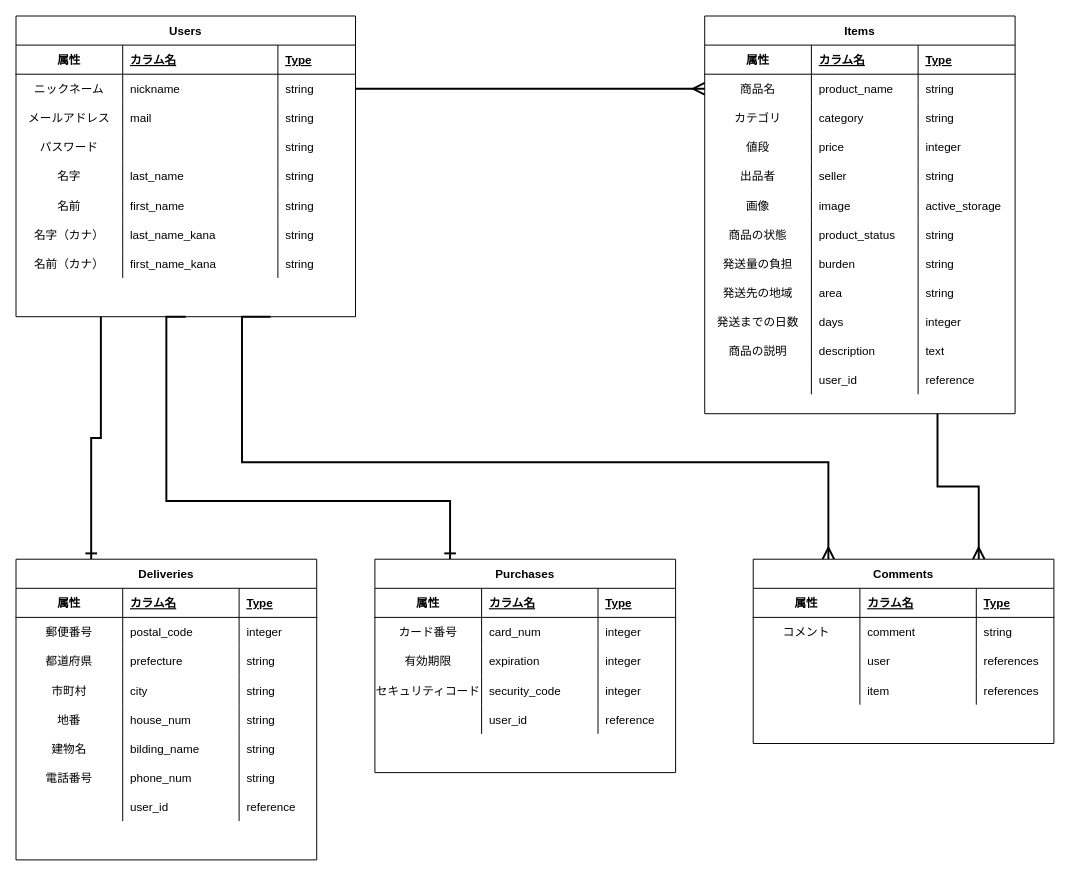
Above: furima.dio in arata-t/furima-33347 (draw.io), before the change. Source tidied: cells renumbered, new cells numbered last; positions are measured from the earlier drawing's top-left corner, leaving out a move shared by most shapes. Both pictures are drawn from the tidied source at 97%, with x=0, y=0 at pixel (16, 16).
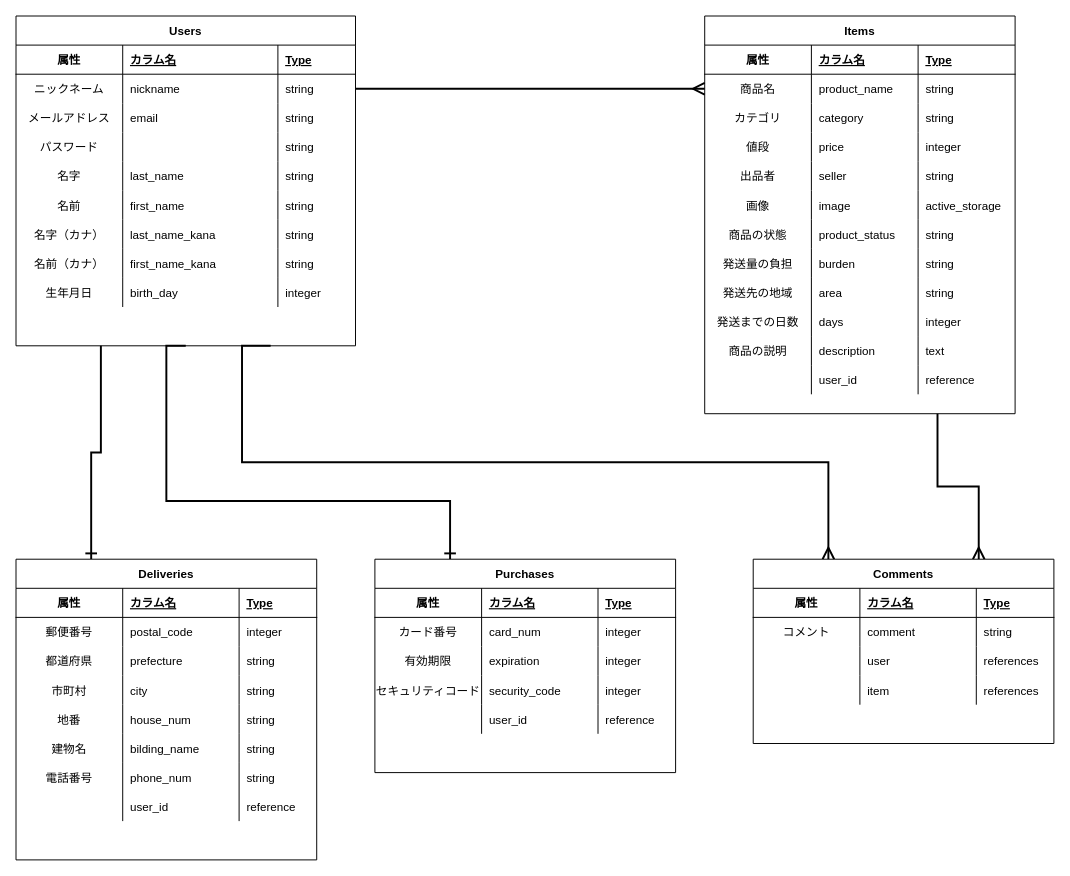
The same diagram, later.

Commit message (it also covers changes not shown here):
誕生日カラムの追加

Unchanged cells that the change refers to:
```xml
<mxCell id="14" style="shape=partialRectangle;fillColor=none;top=0;left=0;bottom=0;right=0;" parent="5" vertex="1">
  <mxGeometry y="90" width="350" height="30" as="geometry" />
</mxCell>
```

The edit, as a diff of the source:
```diff
@@
     <mxCell id="5" value="Users" style="shape=table;startSize=30;childLayout=tableLayout;rowLines=0;fontStyle=1;align=center;" parent="1" vertex="1">
-      <mxGeometry width="350" height="310" as="geometry" />
+      <mxGeometry width="350" height="340" as="geometry" />
     </mxCell>
@@
-    <mxCell id="16" value="mail" style="shape=partialRectangle;fillColor=none;top=0;left=0;bottom=0;right=0;align=left;spacingLeft=6;overflow=hidden;" parent="14" vertex="1">
+    <mxCell id="16" value="email" style="shape=partialRectangle;fillColor=none;top=0;left=0;bottom=0;right=0;align=left;spacingLeft=6;overflow=hidden;" parent="14" vertex="1">
       <mxGeometry x="110" width="160" height="30" as="geometry" />
     </mxCell>
@@
+    <mxCell id="160" style="shape=partialRectangle;fillColor=none;top=0;left=0;bottom=0;right=0;" parent="5" vertex="1">
+      <mxGeometry y="270" width="350" height="30" as="geometry" />
+    </mxCell>
+    <mxCell id="161" value="生年月日" style="shape=partialRectangle;fillColor=none;top=0;left=0;bottom=0;right=0;overflow=hidden;align=center;verticalAlign=middle;" parent="160" vertex="1">
+      <mxGeometry width="110" height="30" as="geometry" />
+    </mxCell>
+    <mxCell id="162" value="birth_day" style="shape=partialRectangle;fillColor=none;top=0;left=0;bottom=0;right=0;align=left;spacingLeft=6;overflow=hidden;" parent="160" vertex="1">
+      <mxGeometry x="110" width="160" height="30" as="geometry" />
+    </mxCell>
+    <mxCell id="163" value="integer" style="shape=partialRectangle;fillColor=none;top=0;left=0;bottom=0;right=0;align=left;spacingLeft=6;overflow=hidden;" parent="160" vertex="1">
+      <mxGeometry x="270" width="80" height="30" as="geometry" />
+    </mxCell>
```
